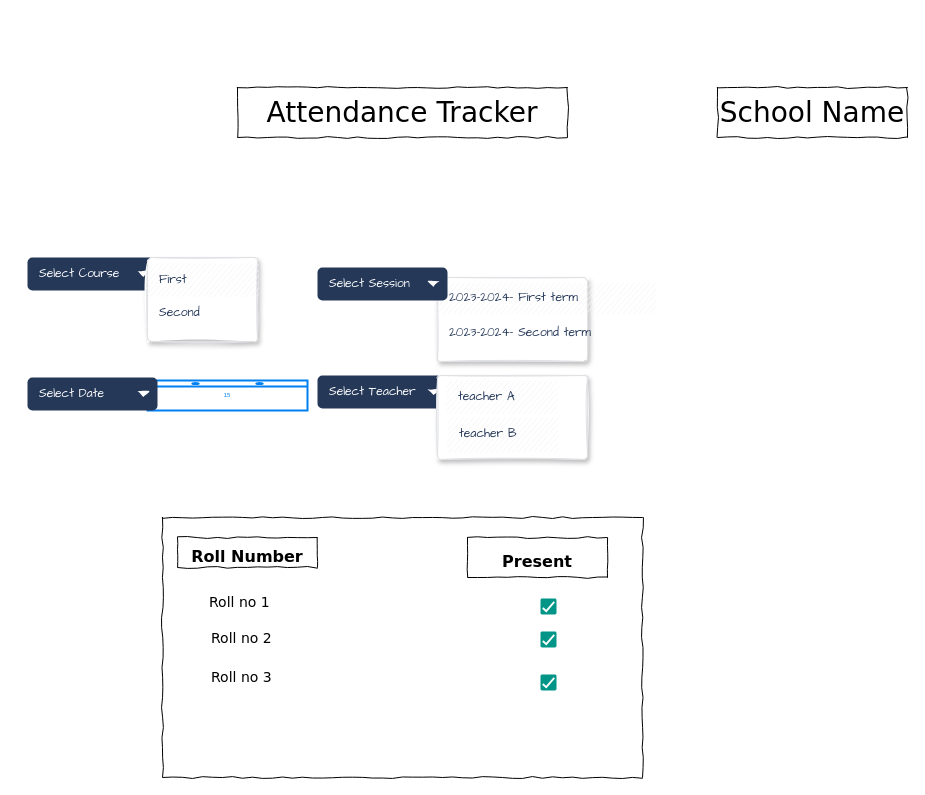
This is Untitled Diagram.drawio from RavinderSinghbunty/ConverterMetricImperial, a draw.io file, before an edit. Source tidied: cells renumbered, new cells numbered last; positions are measured from the earlier drawing's top-left corner, leaving out a move shared by most shapes. Both pictures are drawn from the tidied source at 100%, with x=0, y=0 at pixel (27, 87).
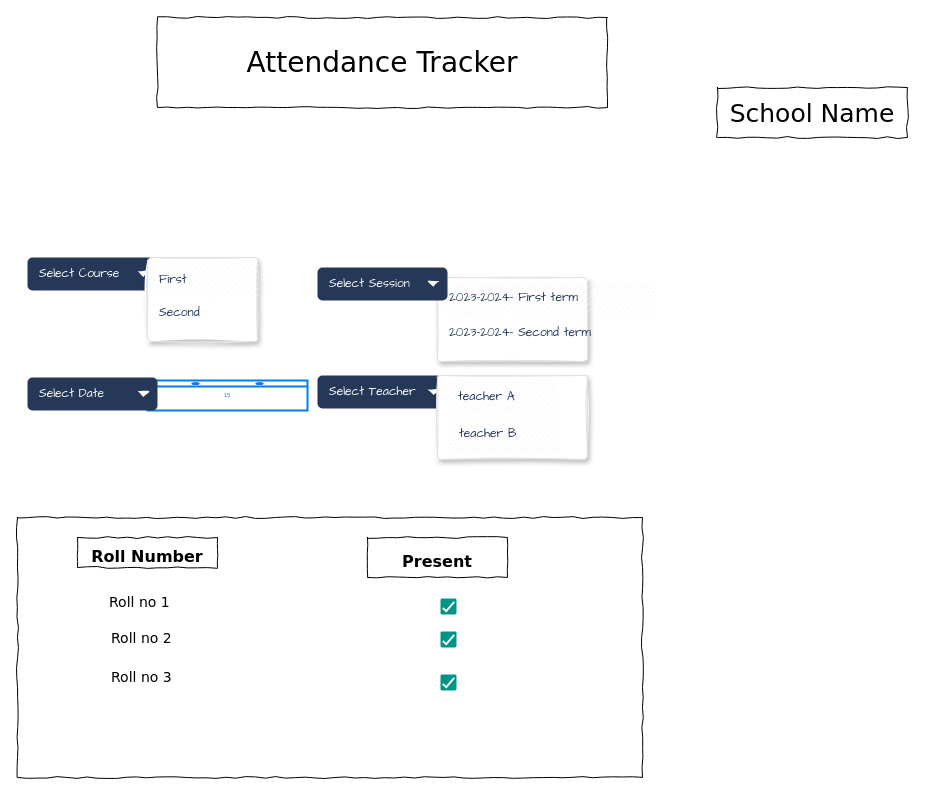
The same diagram, later.

Diff of the diagram source:
```diff
@@
-    <mxCell id="2" value="School Name" style="whiteSpace=wrap;html=1;rounded=0;shadow=0;labelBackgroundColor=none;strokeWidth=1;fontFamily=Verdana;fontSize=28;align=center;comic=1;" parent="1" vertex="1">
+    <mxCell id="2" value="&lt;font style=&quot;font-size: 25px;&quot;&gt;School Name&lt;/font&gt;" style="whiteSpace=wrap;html=1;rounded=0;shadow=0;labelBackgroundColor=none;strokeWidth=1;fontFamily=Verdana;fontSize=28;align=center;comic=1;" parent="1" vertex="1">
       <mxGeometry x="690" width="190" height="50" as="geometry" />
     </mxCell>
     <mxCell id="3" style="whiteSpace=wrap;html=1;rounded=0;shadow=0;labelBackgroundColor=none;strokeWidth=1;fillColor=none;fontFamily=Verdana;fontSize=12;align=center;comic=1;" parent="1" vertex="1">
-      <mxGeometry x="135" y="430" width="480" height="260" as="geometry" />
+      <mxGeometry x="-10" y="430" width="625" height="260" as="geometry" />
     </mxCell>
     <mxCell id="4" value="Roll no 2" style="text;html=1;align=left;verticalAlign=top;spacingTop=-4;fontSize=14;fontFamily=Verdana;" parent="1" vertex="1">
-      <mxGeometry x="182" y="540" width="170" height="20" as="geometry" />
+      <mxGeometry x="82" y="540" width="170" height="20" as="geometry" />
     </mxCell>
     <mxCell id="5" value="Roll no 3" style="text;html=1;align=left;verticalAlign=top;spacingTop=-4;fontSize=14;fontFamily=Verdana;" parent="1" vertex="1">
-      <mxGeometry x="182" y="579" width="170" height="20" as="geometry" />
+      <mxGeometry x="82" y="579" width="170" height="20" as="geometry" />
     </mxCell>
     <mxCell id="6" value="Roll no 1" style="text;html=1;align=left;verticalAlign=top;spacingTop=-4;fontSize=14;fontFamily=Verdana;" parent="1" vertex="1">
-      <mxGeometry x="180" y="504" width="170" height="20" as="geometry" />
+      <mxGeometry x="80" y="504" width="170" height="20" as="geometry" />
     </mxCell>
     <mxCell id="7" style="dashed=0;labelPosition=right;align=left;shape=mxgraph.gmdl.checkbox;strokeColor=none;fillColor=#009587;strokeWidth=2;sketch=0;html=1;" parent="1" vertex="1">
-      <mxGeometry x="513" y="511" width="16" height="16" as="geometry" />
+      <mxGeometry x="413" y="511" width="16" height="16" as="geometry" />
     </mxCell>
     <mxCell id="8" style="dashed=0;labelPosition=right;align=left;shape=mxgraph.gmdl.checkbox;strokeColor=none;fillColor=#009587;strokeWidth=2;sketch=0;html=1;" parent="1" vertex="1">
-      <mxGeometry x="513" y="544" width="16" height="16" as="geometry" />
+      <mxGeometry x="413" y="544" width="16" height="16" as="geometry" />
     </mxCell>
     <mxCell id="9" style="dashed=0;labelPosition=right;align=left;shape=mxgraph.gmdl.checkbox;strokeColor=none;fillColor=#009587;strokeWidth=2;sketch=0;html=1;" parent="1" vertex="1">
-      <mxGeometry x="513" y="587" width="16" height="16" as="geometry" />
+      <mxGeometry x="413" y="587" width="16" height="16" as="geometry" />
     </mxCell>
@@
     <mxCell id="28" value="Attendance Tracker" style="whiteSpace=wrap;html=1;rounded=0;shadow=0;labelBackgroundColor=none;strokeWidth=1;fontFamily=Verdana;fontSize=28;align=center;comic=1;" parent="1" vertex="1">
-      <mxGeometry x="210" width="330" height="50" as="geometry" />
+      <mxGeometry x="130" y="-70" width="450" height="90" as="geometry" />
     </mxCell>
     <mxCell id="29" value="&lt;font size=&quot;1&quot; style=&quot;&quot;&gt;&lt;b style=&quot;font-size: 16px;&quot;&gt;Roll Number&lt;/b&gt;&lt;/font&gt;" style="whiteSpace=wrap;html=1;rounded=0;shadow=0;labelBackgroundColor=none;strokeWidth=1;fontFamily=Verdana;fontSize=28;align=center;comic=1;" parent="1" vertex="1">
-      <mxGeometry x="150" y="450" width="140" height="30" as="geometry" />
+      <mxGeometry x="50" y="450" width="140" height="30" as="geometry" />
     </mxCell>
     <mxCell id="30" value="&lt;font style=&quot;&quot; size=&quot;1&quot;&gt;&lt;b style=&quot;font-size: 16px;&quot;&gt;Present&lt;/b&gt;&lt;/font&gt;" style="whiteSpace=wrap;html=1;rounded=0;shadow=0;labelBackgroundColor=none;strokeWidth=1;fontFamily=Verdana;fontSize=28;align=center;comic=1;" parent="1" vertex="1">
-      <mxGeometry x="440" y="450" width="140" height="40" as="geometry" />
+      <mxGeometry x="340" y="450" width="140" height="40" as="geometry" />
     </mxCell>
```
